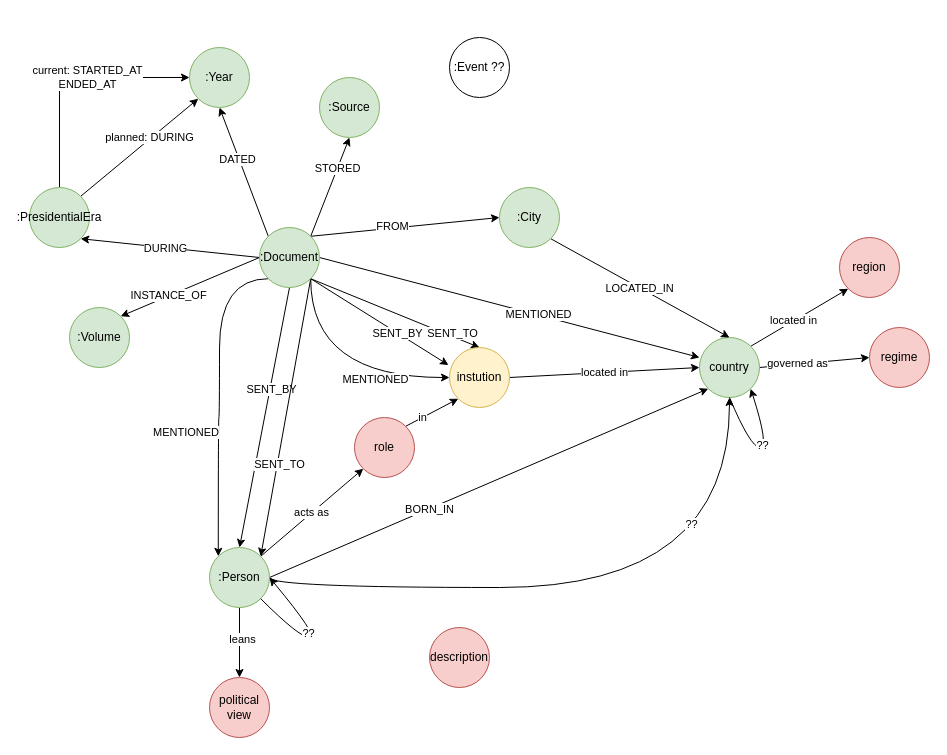
Above: frus_kg-2.drawio in gozsoy/decipher-frus (draw.io), before the change. Source tidied: cells renumbered, new cells numbered last; positions are measured from the earlier drawing's top-left corner, leaving out a move shared by most shapes. Both pictures are drawn from the tidied source at 100%, with x=0, y=0 at pixel (29, 37).
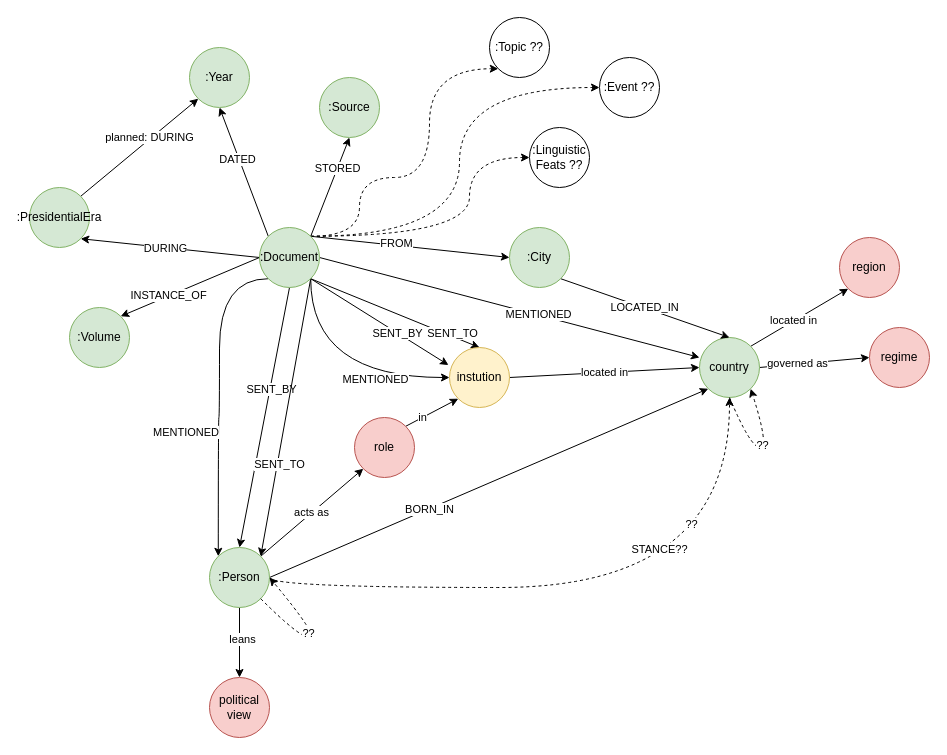
Above is the later version.

Commit message:
changed schema visualization for presentation

Unchanged cells that the change refers to:
```xml
<mxCell id="26" value=":Document" style="ellipse;whiteSpace=wrap;html=1;fillColor=#d5e8d4;strokeColor=#82b366;" parent="1" vertex="1">
  <mxGeometry x="230" y="190" width="60" height="60" as="geometry" />
</mxCell>
<mxCell id="33" value="country" style="ellipse;whiteSpace=wrap;html=1;fillColor=#d5e8d4;strokeColor=#82b366;" parent="1" vertex="1">
  <mxGeometry x="670" y="300" width="60" height="60" as="geometry" />
</mxCell>
<mxCell id="39" value=":Person" style="ellipse;whiteSpace=wrap;html=1;fillColor=#d5e8d4;strokeColor=#82b366;" parent="1" vertex="1">
  <mxGeometry x="180" y="510" width="60" height="60" as="geometry" />
</mxCell>
<mxCell id="40" value=":Year" style="ellipse;whiteSpace=wrap;html=1;fillColor=#d5e8d4;strokeColor=#82b366;" parent="1" vertex="1">
  <mxGeometry x="160" y="10" width="60" height="60" as="geometry" />
</mxCell>
<mxCell id="56" value=":PresidentialEra" style="ellipse;whiteSpace=wrap;html=1;fillColor=#d5e8d4;strokeColor=#82b366;" parent="1" vertex="1">
  <mxGeometry y="150" width="60" height="60" as="geometry" />
</mxCell>
```

Diff of the diagram source:
```diff
@@
+    <mxCell id="64" style="edgeStyle=orthogonalEdgeStyle;rounded=0;jettySize=auto;html=1;exitX=1;exitY=0;exitDx=0;exitDy=0;entryX=0;entryY=1;entryDx=0;entryDy=0;dashed=1;curved=1;" parent="1" edge="1" source="26" target="57">
+      <mxGeometry relative="1" as="geometry">
+        <Array as="points">
+          <mxPoint x="330" y="199" />
+          <mxPoint x="330" y="140" />
+          <mxPoint x="400" y="140" />
+          <mxPoint x="400" y="31" />
+        </Array>
+      </mxGeometry>
+    </mxCell>
+    <mxCell id="65" style="edgeStyle=orthogonalEdgeStyle;curved=1;rounded=0;jettySize=auto;html=1;exitX=1;exitY=0;exitDx=0;exitDy=0;entryX=0;entryY=0.5;entryDx=0;entryDy=0;dashed=1;" parent="1" edge="1" source="26" target="68">
+      <mxGeometry relative="1" as="geometry" />
+    </mxCell>
+    <mxCell id="66" style="edgeStyle=orthogonalEdgeStyle;curved=1;rounded=0;jettySize=auto;html=1;exitX=1;exitY=0;exitDx=0;exitDy=0;entryX=0;entryY=0.5;entryDx=0;entryDy=0;dashed=1;" parent="1" edge="1" source="26" target="69">
+      <mxGeometry relative="1" as="geometry">
+        <Array as="points">
+          <mxPoint x="440" y="199" />
+          <mxPoint x="440" y="120" />
+        </Array>
+      </mxGeometry>
+    </mxCell>
@@
-    <mxCell id="37" style="edgeStyle=orthogonalEdgeStyle;rounded=0;jettySize=auto;html=1;exitX=1;exitY=0.5;exitDx=0;exitDy=0;entryX=0.5;entryY=1;entryDx=0;entryDy=0;curved=1;" parent="1" edge="1" source="39" target="33">
+    <mxCell id="37" style="edgeStyle=orthogonalEdgeStyle;rounded=0;jettySize=auto;html=1;exitX=1;exitY=0.5;exitDx=0;exitDy=0;entryX=0.5;entryY=1;entryDx=0;entryDy=0;curved=1;dashed=1;" parent="1" edge="1" source="39" target="33">
       <mxGeometry relative="1" as="geometry">
         <Array as="points">
           <mxPoint x="240" y="550" />
           <mxPoint x="700" y="550" />
         </Array>
       </mxGeometry>
     </mxCell>
@@
+    <mxCell id="67" value="STANCE??" style="edgeLabel;html=1;align=center;verticalAlign=middle;" parent="37" vertex="1">
+      <mxGeometry x="0.21" y="40" relative="1" as="geometry">
+        <mxPoint y="1" as="offset" />
+      </mxGeometry>
+    </mxCell>
@@
     <mxCell id="47" value=":City" style="ellipse;whiteSpace=wrap;html=1;fillColor=#d5e8d4;strokeColor=#82b366;" parent="1" vertex="1">
-      <mxGeometry x="470" y="150" width="60" height="60" as="geometry" />
+      <mxGeometry x="480" y="190" width="60" height="60" as="geometry" />
     </mxCell>
@@
-    <mxCell id="54" style="edgeStyle=orthogonalEdgeStyle;rounded=0;jettySize=auto;html=1;exitX=0.5;exitY=0;exitDx=0;exitDy=0;entryX=0;entryY=0.5;entryDx=0;entryDy=0;" parent="1" edge="1" source="56" target="40">
-      <mxGeometry relative="1" as="geometry" />
-    </mxCell>
-    <mxCell id="55" value="current: STARTED_AT&lt;br&gt;ENDED_AT" style="edgeLabel;html=1;align=center;verticalAlign=middle;" parent="54" vertex="1">
-      <mxGeometry x="0.14" y="2" relative="1" as="geometry">
-        <mxPoint y="1" as="offset" />
-      </mxGeometry>
-    </mxCell>
@@
-    <mxCell id="57" value=":Event ??" style="ellipse;whiteSpace=wrap;html=1;" parent="1" vertex="1">
-      <mxGeometry x="420" width="60" height="60" as="geometry" />
+    <mxCell id="57" value=":Topic ??" style="ellipse;whiteSpace=wrap;html=1;" parent="1" vertex="1">
+      <mxGeometry x="460" y="-20" width="60" height="60" as="geometry" />
     </mxCell>
-    <mxCell id="58" style="curved=1;endArrow=classic;html=1;rounded=0;exitX=0.5;exitY=1;exitDx=0;exitDy=0;entryX=1;entryY=1;entryDx=0;entryDy=0;" parent="1" edge="1" source="33" target="33">
+    <mxCell id="58" style="curved=1;endArrow=classic;html=1;rounded=0;exitX=0.5;exitY=1;exitDx=0;exitDy=0;entryX=1;entryY=1;entryDx=0;entryDy=0;dashed=1;" parent="1" edge="1" source="33" target="33">
       <mxGeometry relative="1" as="geometry">
         <Array as="points">
           <mxPoint x="721" y="410" />
           <mxPoint x="740" y="410" />
         </Array>
       </mxGeometry>
     </mxCell>
@@
-    <mxCell id="60" style="curved=1;endArrow=classic;html=1;rounded=0;exitX=1;exitY=1;exitDx=0;exitDy=0;entryX=1;entryY=0.5;entryDx=0;entryDy=0;" parent="1" edge="1" source="39" target="39">
+    <mxCell id="60" style="curved=1;endArrow=classic;html=1;rounded=0;exitX=1;exitY=1;exitDx=0;exitDy=0;entryX=1;entryY=0.5;entryDx=0;entryDy=0;dashed=1;" parent="1" edge="1" source="39" target="39">
       <mxGeometry relative="1" as="geometry">
         <Array as="points">
           <mxPoint x="270" y="600" />
           <mxPoint x="290" y="600" />
         </Array>
       </mxGeometry>
     </mxCell>
@@
-    <mxCell id="63" value="description" style="ellipse;whiteSpace=wrap;html=1;fillColor=#f8cecc;strokeColor=#b85450;" parent="1" vertex="1">
-      <mxGeometry x="400" y="590" width="60" height="60" as="geometry" />
-    </mxCell>
+    <mxCell id="68" value=":Event ??" style="ellipse;whiteSpace=wrap;html=1;" parent="1" vertex="1">
+      <mxGeometry x="570" y="20" width="60" height="60" as="geometry" />
+    </mxCell>
+    <mxCell id="69" value=":Linguistic&lt;br&gt;Feats ??" style="ellipse;whiteSpace=wrap;html=1;" parent="1" vertex="1">
+      <mxGeometry x="500" y="90" width="60" height="60" as="geometry" />
+    </mxCell>
```
